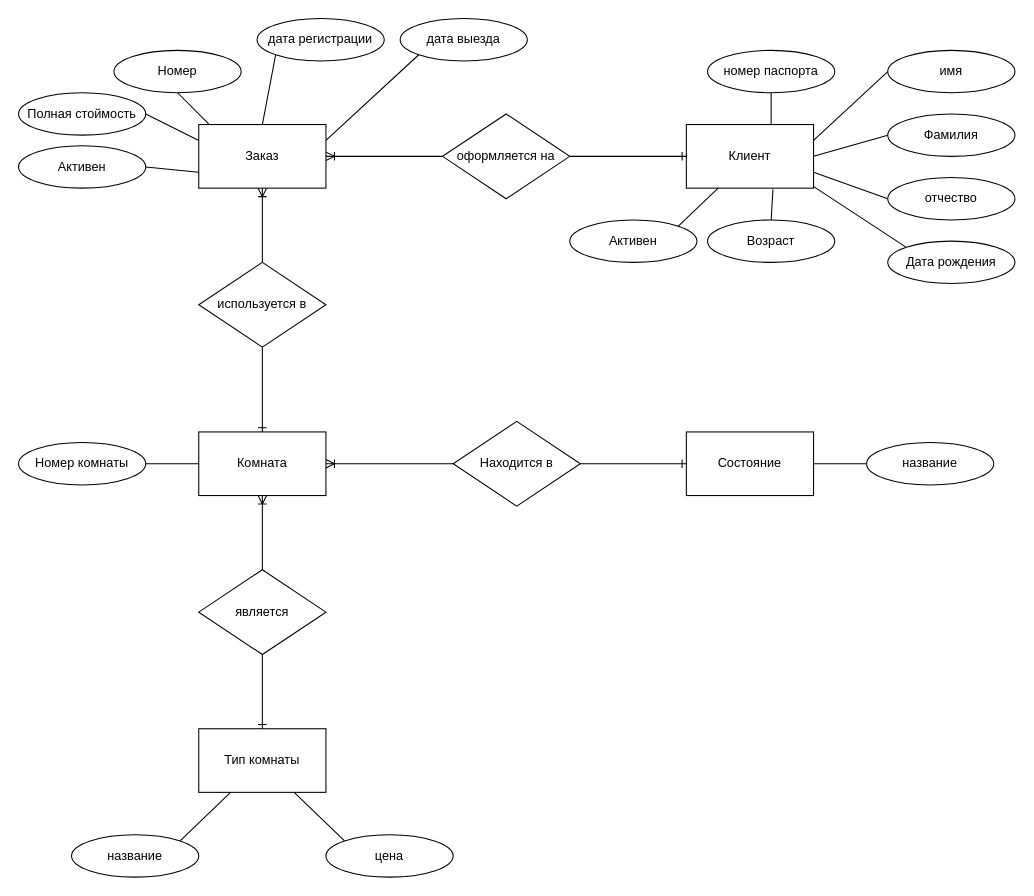
Before: Diagrams/Entity.drawio in nerfenoff/Kp-2019-, a draw.io diagram. Source tidied: cells renumbered, new cells numbered last; positions are measured from the earlier drawing's top-left corner, leaving out a move shared by most shapes. Both pictures are drawn from the tidied source at 106%, with x=0, y=0 at pixel (18, 18).
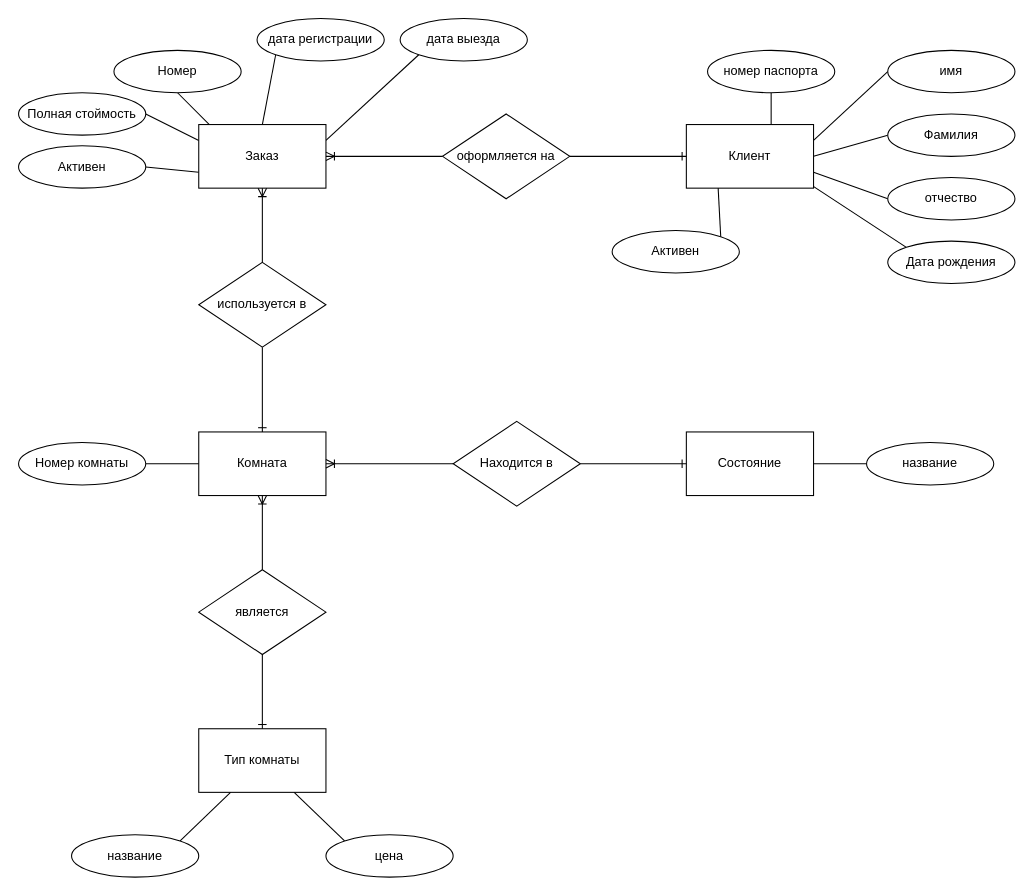
The same page after the edit.

The change refers to these unchanged cells:
```xml
<mxCell id="18" value="Клиент" style="rounded=0;whiteSpace=wrap;html=1;" parent="1" vertex="1">
  <mxGeometry x="630" y="100" width="120" height="60" as="geometry" />
</mxCell>
```

What changed in the source:
```diff
@@
-    <mxCell id="24" style="edgeStyle=none;rounded=0;jettySize=auto;html=1;exitX=0.5;exitY=0;exitDx=0;exitDy=0;entryX=0.681;entryY=1.017;entryDx=0;entryDy=0;endArrow=none;endFill=0;entryPerimeter=0;" parent="1" edge="1" source="25" target="18">
-      <mxGeometry relative="1" as="geometry" />
-    </mxCell>
-    <mxCell id="25" value="Возраст" style="ellipse;whiteSpace=wrap;html=1;" parent="1" vertex="1">
-      <mxGeometry x="650" y="190" width="120" height="40" as="geometry" />
-    </mxCell>
@@
     <mxCell id="27" value="Активен" style="ellipse;whiteSpace=wrap;html=1;" parent="1" vertex="1">
-      <mxGeometry x="520" y="190" width="120" height="40" as="geometry" />
+      <mxGeometry x="560" y="200" width="120" height="40" as="geometry" />
     </mxCell>
```
